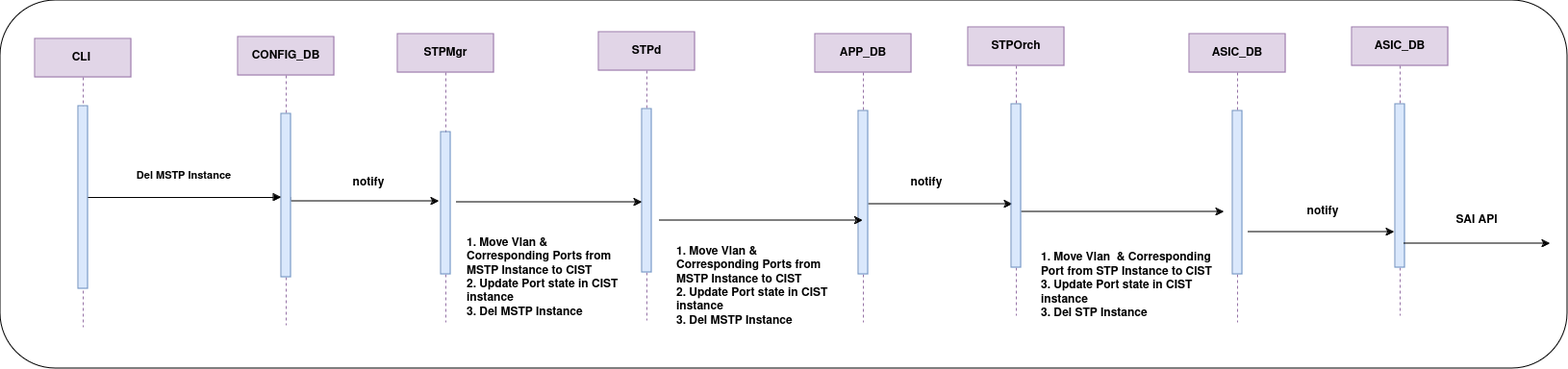
Earlier version of the draw.io export doc/MSTP/images/MSTP_Instance_Delete.drawio.png (sonic-net/SONiC). Source tidied: cells renumbered, new cells last; positions are measured from the earlier drawing's top-left corner, leaving out a move shared by most shapes.
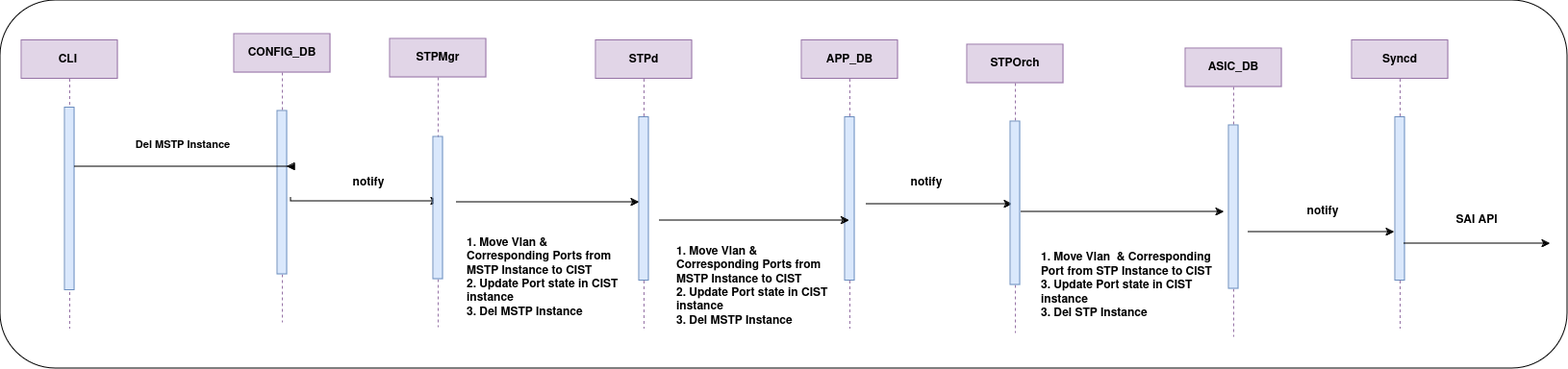
Above is the later version.

Commit message:
Updated instance deletion sequence

Change to the diagram source:
```diff
@@ -6,7 +6,7 @@
       <mxGeometry width="1629" height="383" as="geometry" />
     </mxCell>
     <mxCell id="3" value="CLI&amp;nbsp;" style="shape=umlLifeline;perimeter=lifelinePerimeter;whiteSpace=wrap;html=1;newEdgeStyle={&quot;edgeStyle&quot;:&quot;elbowEdgeStyle&quot;,&quot;elbow&quot;:&quot;vertical&quot;,&quot;curved&quot;:0,&quot;rounded&quot;:0};fillColor=#e1d5e7;strokeColor=#9673a6;fontStyle=1;" parent="1" vertex="1">
-      <mxGeometry x="36" y="40" width="100" height="300" as="geometry" />
+      <mxGeometry x="22" y="41.5" width="100" height="300" as="geometry" />
     </mxCell>
     <mxCell id="4" style="html=1;points=[];perimeter=orthogonalPerimeter;outlineConnect=0;targetShapes=umlLifeline;portConstraint=eastwest;newEdgeStyle={&quot;edgeStyle&quot;:&quot;elbowEdgeStyle&quot;,&quot;elbow&quot;:&quot;vertical&quot;,&quot;curved&quot;:0,&quot;rounded&quot;:0};fillColor=#dae8fc;strokeColor=#6c8ebf;fontStyle=1;" parent="3" vertex="1">
       <mxGeometry x="45" y="70" width="10" height="190" as="geometry" />
@@ -21,7 +21,7 @@
       </mxGeometry>
     </mxCell>
     <mxCell id="6" value="CONFIG_DB" style="shape=umlLifeline;perimeter=lifelinePerimeter;whiteSpace=wrap;html=1;newEdgeStyle={&quot;edgeStyle&quot;:&quot;elbowEdgeStyle&quot;,&quot;elbow&quot;:&quot;vertical&quot;,&quot;curved&quot;:0,&quot;rounded&quot;:0};fillColor=#e1d5e7;strokeColor=#9673a6;fontStyle=1;" parent="1" vertex="1">
-      <mxGeometry x="247" y="38" width="100" height="300" as="geometry" />
+      <mxGeometry x="243" y="35" width="100" height="300" as="geometry" />
     </mxCell>
     <mxCell id="7" style="html=1;points=[];perimeter=orthogonalPerimeter;outlineConnect=0;targetShapes=umlLifeline;portConstraint=eastwest;newEdgeStyle={&quot;edgeStyle&quot;:&quot;elbowEdgeStyle&quot;,&quot;elbow&quot;:&quot;vertical&quot;,&quot;curved&quot;:0,&quot;rounded&quot;:0};fillColor=#dae8fc;strokeColor=#6c8ebf;fontStyle=1;" parent="6" vertex="1">
       <mxGeometry x="45" y="80" width="10" height="170" as="geometry" />
@@ -35,7 +35,7 @@
       </mxGeometry>
     </mxCell>
     <mxCell id="9" value="STPMgr" style="shape=umlLifeline;perimeter=lifelinePerimeter;whiteSpace=wrap;html=1;newEdgeStyle={&quot;edgeStyle&quot;:&quot;elbowEdgeStyle&quot;,&quot;elbow&quot;:&quot;vertical&quot;,&quot;curved&quot;:0,&quot;rounded&quot;:0};fillColor=#e1d5e7;strokeColor=#9673a6;fontStyle=1;" parent="1" vertex="1">
-      <mxGeometry x="413" y="35" width="100" height="300" as="geometry" />
+      <mxGeometry x="405" y="40" width="100" height="300" as="geometry" />
     </mxCell>
     <mxCell id="10" style="html=1;perimeter=orthogonalPerimeter;targetShapes=umlLifeline;newEdgeStyle={&quot;edgeStyle&quot;:&quot;elbowEdgeStyle&quot;,&quot;elbow&quot;:&quot;vertical&quot;,&quot;curved&quot;:0,&quot;rounded&quot;:0};fillColor=#dae8fc;strokeColor=#6c8ebf;fontStyle=1;" parent="9" vertex="1">
       <mxGeometry x="45" y="102" width="10" height="148" as="geometry" />
@@ -47,7 +47,7 @@
       </mxGeometry>
     </mxCell>
     <mxCell id="12" value="STPd" style="shape=umlLifeline;perimeter=lifelinePerimeter;whiteSpace=wrap;html=1;newEdgeStyle={&quot;edgeStyle&quot;:&quot;elbowEdgeStyle&quot;,&quot;elbow&quot;:&quot;vertical&quot;,&quot;curved&quot;:0,&quot;rounded&quot;:0};fillColor=#e1d5e7;strokeColor=#9673a6;fontStyle=1;" parent="1" vertex="1">
-      <mxGeometry x="622" y="33" width="100" height="300" as="geometry" />
+      <mxGeometry x="619" y="41.5" width="100" height="300" as="geometry" />
     </mxCell>
     <mxCell id="13" style="html=1;points=[];perimeter=orthogonalPerimeter;outlineConnect=0;targetShapes=umlLifeline;portConstraint=eastwest;newEdgeStyle={&quot;edgeStyle&quot;:&quot;elbowEdgeStyle&quot;,&quot;elbow&quot;:&quot;vertical&quot;,&quot;curved&quot;:0,&quot;rounded&quot;:0};fillColor=#dae8fc;strokeColor=#6c8ebf;fontStyle=1;" parent="12" vertex="1">
       <mxGeometry x="45" y="80" width="10" height="170" as="geometry" />
@@ -59,13 +59,13 @@
       </mxGeometry>
     </mxCell>
     <mxCell id="15" value="STPOrch" style="shape=umlLifeline;perimeter=lifelinePerimeter;whiteSpace=wrap;html=1;newEdgeStyle={&quot;edgeStyle&quot;:&quot;elbowEdgeStyle&quot;,&quot;elbow&quot;:&quot;vertical&quot;,&quot;curved&quot;:0,&quot;rounded&quot;:0};fillColor=#e1d5e7;strokeColor=#9673a6;fontStyle=1;" parent="1" vertex="1">
-      <mxGeometry x="1006" y="28" width="100" height="300" as="geometry" />
+      <mxGeometry x="1005" y="46" width="100" height="300" as="geometry" />
     </mxCell>
     <mxCell id="16" style="html=1;perimeter=orthogonalPerimeter;targetShapes=umlLifeline;newEdgeStyle={&quot;edgeStyle&quot;:&quot;elbowEdgeStyle&quot;,&quot;elbow&quot;:&quot;vertical&quot;,&quot;curved&quot;:0,&quot;rounded&quot;:0};fillColor=#dae8fc;strokeColor=#6c8ebf;fontStyle=1;" parent="15" vertex="1">
       <mxGeometry x="45" y="80" width="10" height="170" as="geometry" />
     </mxCell>
     <mxCell id="17" value="APP_DB" style="shape=umlLifeline;perimeter=lifelinePerimeter;whiteSpace=wrap;html=1;outlineConnect=0;portConstraint=eastwest;newEdgeStyle={&quot;edgeStyle&quot;:&quot;elbowEdgeStyle&quot;,&quot;elbow&quot;:&quot;vertical&quot;,&quot;curved&quot;:0,&quot;rounded&quot;:0};fillColor=#e1d5e7;strokeColor=#9673a6;fontStyle=1;" parent="1" vertex="1">
-      <mxGeometry x="847" y="35" width="100" height="300" as="geometry" />
+      <mxGeometry x="833" y="41.5" width="100" height="300" as="geometry" />
     </mxCell>
     <mxCell id="18" style="html=1;perimeter=orthogonalPerimeter;targetShapes=umlLifeline;newEdgeStyle={&quot;edgeStyle&quot;:&quot;elbowEdgeStyle&quot;,&quot;elbow&quot;:&quot;vertical&quot;,&quot;curved&quot;:0,&quot;rounded&quot;:0};fillColor=#dae8fc;strokeColor=#6c8ebf;fontStyle=1;" parent="17" vertex="1">
       <mxGeometry x="45" y="80" width="10" height="170" as="geometry" />
@@ -81,8 +81,8 @@
         <mxPoint x="685" y="229" as="sourcePoint" />
       </mxGeometry>
     </mxCell>
-    <mxCell id="22" value="ASIC_DB" style="shape=umlLifeline;perimeter=lifelinePerimeter;whiteSpace=wrap;html=1;newEdgeStyle={&quot;edgeStyle&quot;:&quot;elbowEdgeStyle&quot;,&quot;elbow&quot;:&quot;vertical&quot;,&quot;curved&quot;:0,&quot;rounded&quot;:0};fillColor=#e1d5e7;strokeColor=#9673a6;fontStyle=1;" parent="1" vertex="1">
-      <mxGeometry x="1405" y="28" width="100" height="300" as="geometry" />
+    <mxCell id="22" value="Syncd" style="shape=umlLifeline;perimeter=lifelinePerimeter;whiteSpace=wrap;html=1;newEdgeStyle={&quot;edgeStyle&quot;:&quot;elbowEdgeStyle&quot;,&quot;elbow&quot;:&quot;vertical&quot;,&quot;curved&quot;:0,&quot;rounded&quot;:0};fillColor=#e1d5e7;strokeColor=#9673a6;fontStyle=1;" parent="1" vertex="1">
+      <mxGeometry x="1405" y="41.5" width="100" height="300" as="geometry" />
     </mxCell>
     <mxCell id="23" style="html=1;perimeter=orthogonalPerimeter;targetShapes=umlLifeline;newEdgeStyle={&quot;edgeStyle&quot;:&quot;elbowEdgeStyle&quot;,&quot;elbow&quot;:&quot;vertical&quot;,&quot;curved&quot;:0,&quot;rounded&quot;:0};fillColor=#dae8fc;strokeColor=#6c8ebf;fontStyle=1;" parent="22" vertex="1">
       <mxGeometry x="45" y="80" width="10" height="170" as="geometry" />
@@ -91,7 +91,7 @@
       <mxGeometry x="1345" y="205" width="60" height="30" as="geometry" />
     </mxCell>
     <mxCell id="25" value="ASIC_DB" style="shape=umlLifeline;perimeter=lifelinePerimeter;whiteSpace=wrap;html=1;newEdgeStyle={&quot;edgeStyle&quot;:&quot;elbowEdgeStyle&quot;,&quot;elbow&quot;:&quot;vertical&quot;,&quot;curved&quot;:0,&quot;rounded&quot;:0};fillColor=#e1d5e7;strokeColor=#9673a6;fontStyle=1;" parent="1" vertex="1">
-      <mxGeometry x="1236" y="35" width="100" height="300" as="geometry" />
+      <mxGeometry x="1232" y="50" width="100" height="300" as="geometry" />
     </mxCell>
     <mxCell id="26" style="html=1;perimeter=orthogonalPerimeter;targetShapes=umlLifeline;newEdgeStyle={&quot;edgeStyle&quot;:&quot;elbowEdgeStyle&quot;,&quot;elbow&quot;:&quot;vertical&quot;,&quot;curved&quot;:0,&quot;rounded&quot;:0};fillColor=#dae8fc;strokeColor=#6c8ebf;fontStyle=1;" parent="25" vertex="1">
       <mxGeometry x="45" y="80" width="10" height="170" as="geometry" />
```
